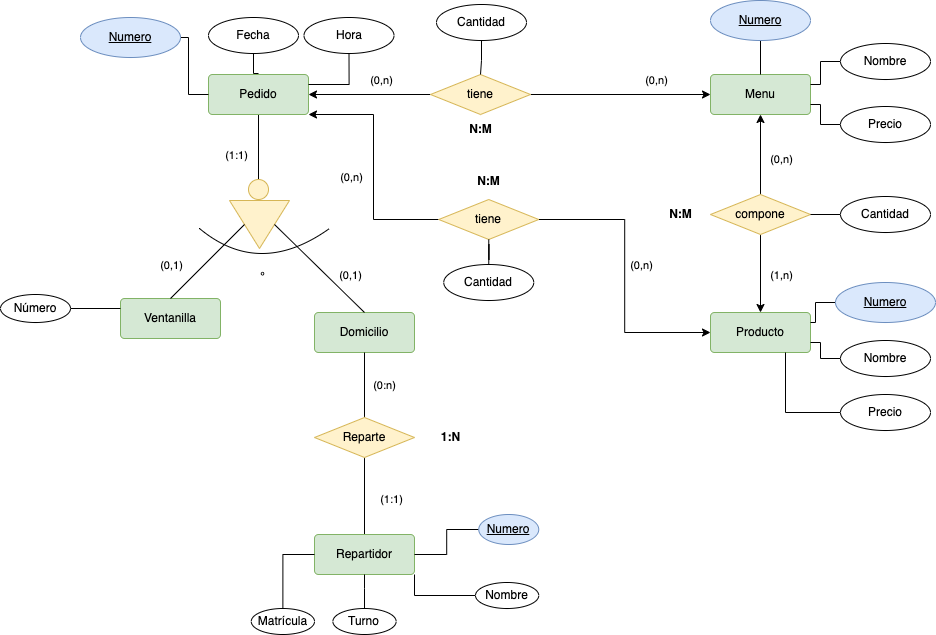
Above: ER/img/comida.drawio.png in MoisesALH/base-datos (draw.io), before the change. Source tidied: cells renumbered, new cells last; positions are measured from the earlier drawing's top-left corner, leaving out a move shared by most shapes.
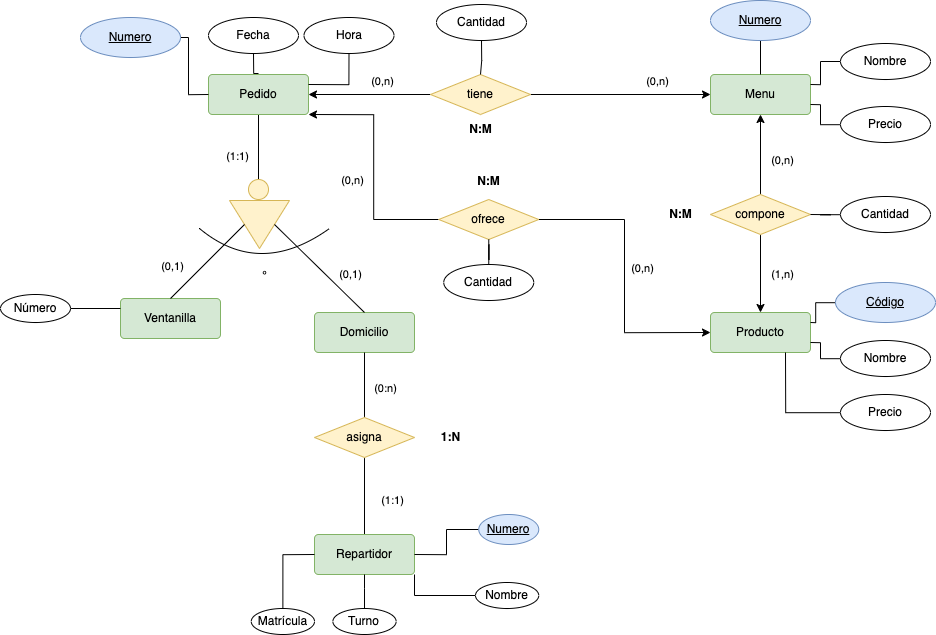
The same diagram one commit later.

What changed in the source:
```diff
@@ -110,7 +110,7 @@
         <mxPoint x="22" y="1" as="offset" />
       </mxGeometry>
     </mxCell>
-    <mxCell id="28" value="Reparte" style="shape=rhombus;perimeter=rhombusPerimeter;whiteSpace=wrap;html=1;align=center;fillColor=#fff2cc;strokeColor=#d6b656;" parent="1" vertex="1">
+    <mxCell id="28" value="asigna" style="shape=rhombus;perimeter=rhombusPerimeter;whiteSpace=wrap;html=1;align=center;fillColor=#fff2cc;strokeColor=#d6b656;" parent="1" vertex="1">
       <mxGeometry x="314" y="417" width="100" height="40" as="geometry" />
     </mxCell>
     <mxCell id="29" style="edgeStyle=orthogonalEdgeStyle;rounded=0;jettySize=auto;html=1;entryX=1;entryY=0.25;entryDx=0;entryDy=0;endArrow=none;endFill=0;" parent="1" edge="1" source="30" target="8">
@@ -160,7 +160,7 @@
         <mxPoint x="14" y="9" as="offset" />
       </mxGeometry>
     </mxCell>
-    <mxCell id="44" value="tiene" style="shape=rhombus;perimeter=rhombusPerimeter;whiteSpace=wrap;html=1;align=center;fillColor=#fff2cc;strokeColor=#d6b656;" parent="1" vertex="1">
+    <mxCell id="44" value="ofrece" style="shape=rhombus;perimeter=rhombusPerimeter;whiteSpace=wrap;html=1;align=center;fillColor=#fff2cc;strokeColor=#d6b656;" parent="1" vertex="1">
       <mxGeometry x="438.2" y="199" width="100" height="40" as="geometry" />
     </mxCell>
     <mxCell id="45" style="edgeStyle=orthogonalEdgeStyle;rounded=0;jettySize=auto;html=1;entryX=0;entryY=0.5;entryDx=0;entryDy=0;endArrow=classic;endFill=1;" parent="1" edge="1" source="47" target="40">
@@ -232,7 +232,7 @@
     <mxCell id="65" style="edgeStyle=orthogonalEdgeStyle;rounded=0;jettySize=auto;html=1;entryX=1;entryY=0.25;entryDx=0;entryDy=0;startArrow=none;startFill=0;endArrow=none;endFill=0;" parent="1" edge="1" source="66" target="41">
       <mxGeometry relative="1" as="geometry" />
     </mxCell>
-    <mxCell id="66" value="Numero" style="ellipse;whiteSpace=wrap;html=1;align=center;fontStyle=4;fillColor=#dae8fc;strokeColor=#6c8ebf;" parent="1" vertex="1">
+    <mxCell id="66" value="Código" style="ellipse;whiteSpace=wrap;html=1;align=center;fontStyle=4;fillColor=#dae8fc;strokeColor=#6c8ebf;" parent="1" vertex="1">
       <mxGeometry x="835" y="282" width="100" height="40" as="geometry" />
     </mxCell>
     <mxCell id="67" style="edgeStyle=orthogonalEdgeStyle;rounded=0;jettySize=auto;html=1;entryX=1;entryY=0.75;entryDx=0;entryDy=0;startArrow=none;startFill=0;endArrow=none;endFill=0;" parent="1" edge="1" source="68" target="41">
```
